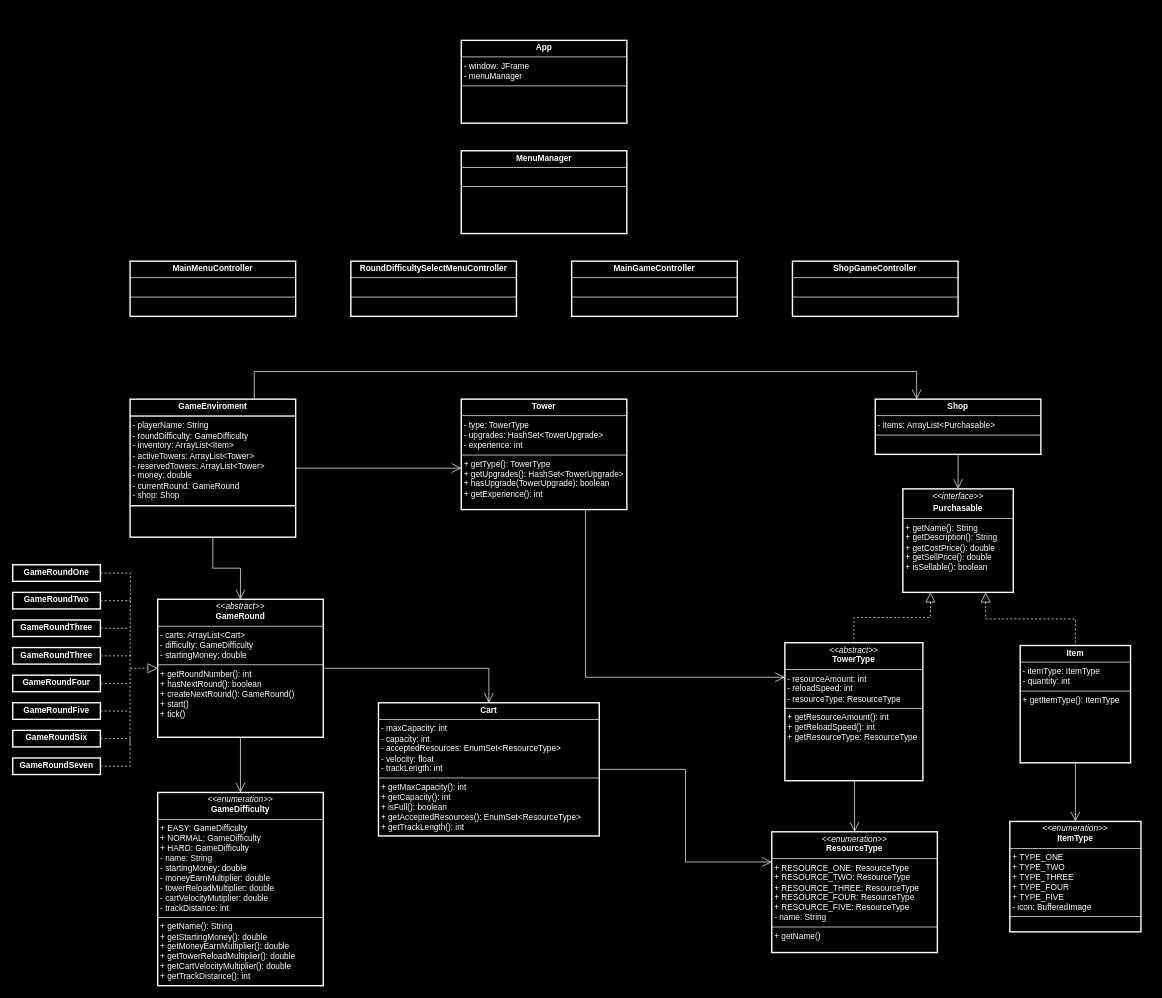
wbr38/SENG201-ResourceRush keeps this draw.io diagram as documents/Class Diagram.drawio. Above is the earlier version. Source tidied: cells renumbered, new cells numbered last; positions are measured from the earlier drawing's top-left corner, leaving out a move shared by most shapes. Both pictures are drawn from the tidied source at 69%, with x=0, y=0 at pixel (12, 40).
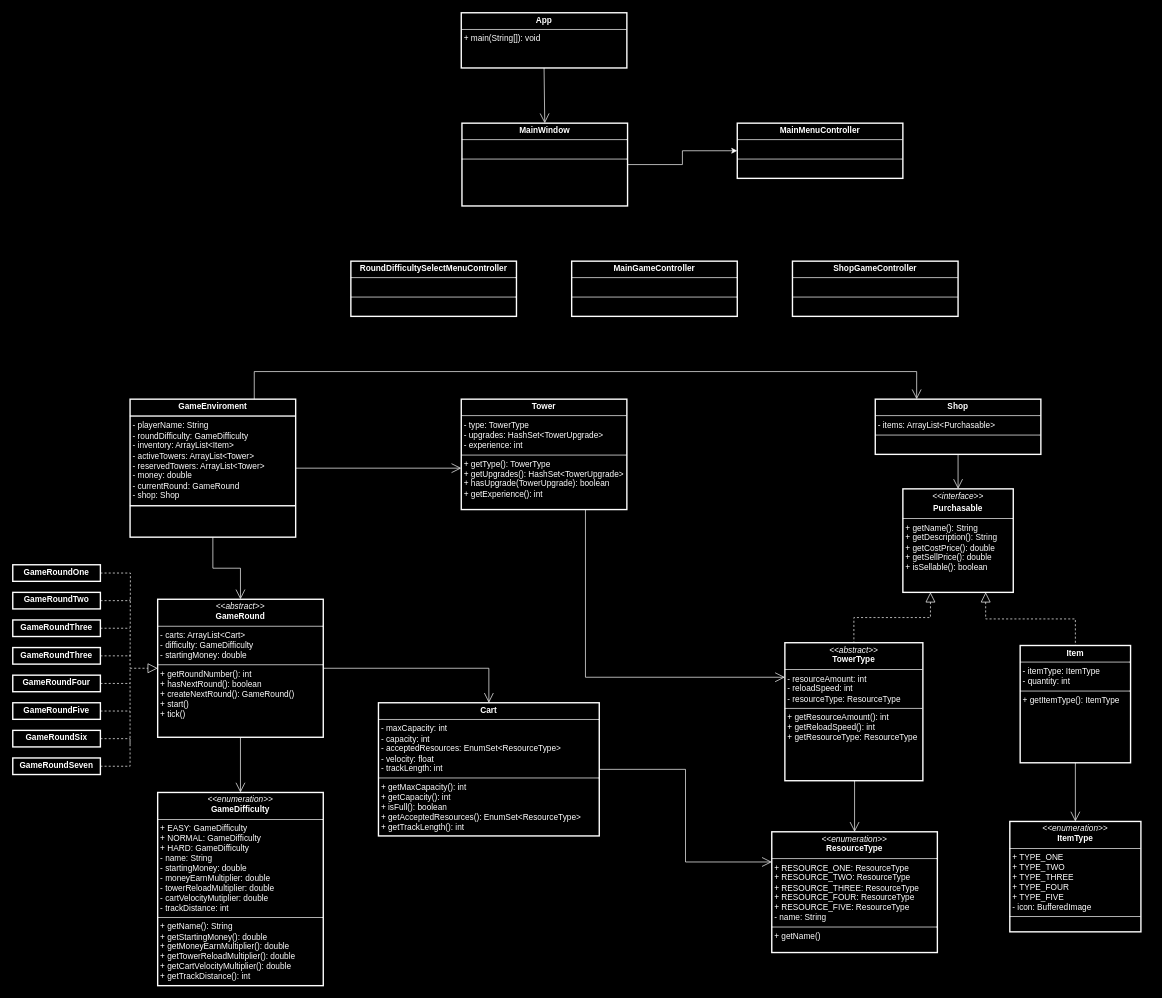
The same diagram, later.

The edit, as a diff of the source:
```diff
@@
+    <mxCell id="50" style="edgeStyle=orthogonalEdgeStyle;rounded=0;jettySize=auto;html=1;exitX=1;exitY=0.5;exitDx=0;exitDy=0;entryX=0;entryY=0.5;entryDx=0;entryDy=0;strokeColor=#FFFFFF;" parent="1" edge="1" source="2" target="30">
+      <mxGeometry relative="1" as="geometry" />
+    </mxCell>
-    <mxCell id="2" value="&lt;p style=&quot;margin:0px;margin-top:4px;text-align:center;&quot;&gt;&lt;b&gt;MenuManager&lt;/b&gt;&lt;/p&gt;&lt;hr style=&quot;border-style:solid;&quot; size=&quot;1&quot;&gt;&lt;p style=&quot;margin:0px;margin-left:4px;&quot;&gt;&lt;br&gt;&lt;/p&gt;&lt;hr style=&quot;border-style:solid;&quot; size=&quot;1&quot;&gt;&lt;p style=&quot;margin:0px;margin-left:4px;&quot;&gt;&lt;br&gt;&lt;/p&gt;" style="verticalAlign=top;align=left;overflow=fill;html=1;whiteSpace=wrap;labelBackgroundColor=none;fillColor=none;fontColor=#FFFFFF;strokeColor=#FFFFFF;strokeWidth=2;" parent="1" vertex="1">
-      <mxGeometry x="650" y="160" width="240" height="120" as="geometry" />
+    <mxCell id="2" value="&lt;p style=&quot;margin:0px;margin-top:4px;text-align:center;&quot;&gt;&lt;b&gt;MainWindow&lt;/b&gt;&lt;/p&gt;&lt;hr style=&quot;border-style:solid;&quot; size=&quot;1&quot;&gt;&lt;p style=&quot;margin:0px;margin-left:4px;&quot;&gt;&lt;br&gt;&lt;/p&gt;&lt;hr style=&quot;border-style:solid;&quot; size=&quot;1&quot;&gt;&lt;p style=&quot;margin:0px;margin-left:4px;&quot;&gt;&lt;br&gt;&lt;/p&gt;" style="verticalAlign=top;align=left;overflow=fill;html=1;whiteSpace=wrap;labelBackgroundColor=none;fillColor=none;fontColor=#FFFFFF;strokeColor=#FFFFFF;strokeWidth=2;" parent="1" vertex="1">
+      <mxGeometry x="651" y="120" width="240" height="120" as="geometry" />
     </mxCell>
@@
     <mxCell id="30" value="&lt;p style=&quot;margin:0px;margin-top:4px;text-align:center;&quot;&gt;&lt;b&gt;MainMenuController&lt;/b&gt;&lt;/p&gt;&lt;hr style=&quot;border-style:solid;&quot; size=&quot;1&quot;&gt;&lt;p style=&quot;margin:0px;margin-left:4px;&quot;&gt;&lt;br&gt;&lt;/p&gt;&lt;hr style=&quot;border-style:solid;&quot; size=&quot;1&quot;&gt;&lt;p style=&quot;margin:0px;margin-left:4px;&quot;&gt;&lt;br&gt;&lt;/p&gt;" style="verticalAlign=top;align=left;overflow=fill;html=1;whiteSpace=wrap;labelBackgroundColor=none;fillColor=none;fontColor=#FFFFFF;strokeColor=#FFFFFF;strokeWidth=2;" parent="1" vertex="1">
-      <mxGeometry x="170" y="320" width="240" height="80" as="geometry" />
+      <mxGeometry x="1050" y="120" width="240" height="80" as="geometry" />
     </mxCell>
-    <mxCell id="31" value="&lt;p style=&quot;margin:0px;margin-top:4px;text-align:center;&quot;&gt;&lt;b&gt;App&lt;/b&gt;&lt;/p&gt;&lt;hr style=&quot;border-style:solid;&quot; size=&quot;1&quot;&gt;&lt;p style=&quot;margin:0px;margin-left:4px;&quot;&gt;- window: JFrame&lt;/p&gt;&lt;p style=&quot;margin:0px;margin-left:4px;&quot;&gt;- menuManager&lt;/p&gt;&lt;hr style=&quot;border-style:solid;&quot; size=&quot;1&quot;&gt;&lt;p style=&quot;margin:0px;margin-left:4px;&quot;&gt;&lt;br&gt;&lt;/p&gt;" style="verticalAlign=top;align=left;overflow=fill;html=1;whiteSpace=wrap;labelBackgroundColor=none;fillColor=none;fontColor=#FFFFFF;strokeColor=#FFFFFF;strokeWidth=2;" parent="1" vertex="1">
-      <mxGeometry x="650" width="240" height="120" as="geometry" />
+    <mxCell id="31" value="&lt;p style=&quot;margin:0px;margin-top:4px;text-align:center;&quot;&gt;&lt;b&gt;App&lt;/b&gt;&lt;/p&gt;&lt;hr style=&quot;border-style:solid;&quot; size=&quot;1&quot;&gt;&lt;p style=&quot;margin:0px;margin-left:4px;&quot;&gt;+ main(String[]): void&lt;/p&gt;" style="verticalAlign=top;align=left;overflow=fill;html=1;whiteSpace=wrap;labelBackgroundColor=none;fillColor=none;fontColor=#FFFFFF;strokeColor=#FFFFFF;strokeWidth=2;" parent="1" vertex="1">
+      <mxGeometry x="650" y="-40" width="240" height="80" as="geometry" />
     </mxCell>
@@
+    <mxCell id="51" style="endArrow=open;endFill=1;endSize=12;html=1;rounded=0;exitX=0.5;exitY=1;exitDx=0;exitDy=0;entryX=0.5;entryY=0;entryDx=0;entryDy=0;strokeColor=#FFFFFF;" parent="1" edge="1" source="31" target="2">
+      <mxGeometry relative="1" as="geometry" />
+    </mxCell>
```
